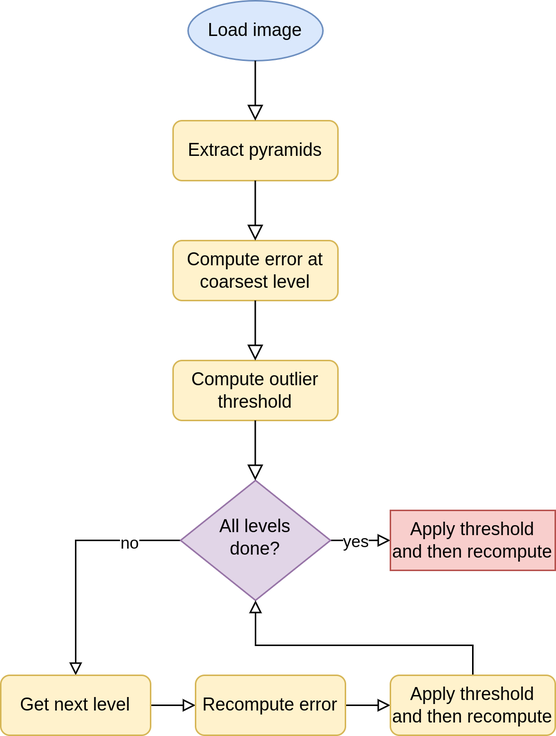
Samaretas/global-motion-estimation keeps this draw.io diagram as docs/assets/images/implementation-flow.png. Above is the earlier version. Source tidied: cells renumbered, new cells last; positions are measured from the earlier drawing's top-left corner, leaving out a move shared by most shapes.
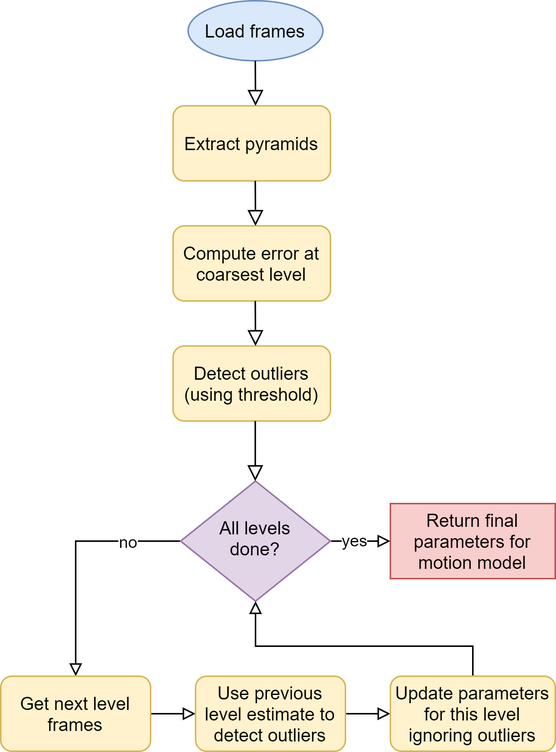
Above is the later version.

Diff of the diagram source:
```diff
@@ -2,23 +2,22 @@
   <root>
     <mxCell id="0" />
     <mxCell id="1" parent="0" />
-    <mxCell id="2" value="Load image" style="ellipse;whiteSpace=wrap;html=1;fillColor=#dae8fc;strokeColor=#6c8ebf;" parent="1" vertex="1">
+    <mxCell id="2" value="Load frames" style="ellipse;whiteSpace=wrap;html=1;fillColor=#dae8fc;strokeColor=#6c8ebf;" parent="1" vertex="1">
       <mxGeometry x="125" width="90" height="40" as="geometry" />
     </mxCell>
     <mxCell id="3" value="Extract pyramids" style="rounded=1;whiteSpace=wrap;html=1;fontSize=12;glass=0;strokeWidth=1;shadow=0;fillColor=#fff2cc;strokeColor=#d6b656;" parent="1" vertex="1">
-      <mxGeometry x="115" y="80" width="110" height="40" as="geometry" />
+      <mxGeometry x="115" y="70" width="105" height="50" as="geometry" />
     </mxCell>
-    <mxCell id="4" style="rounded=0;html=1;jettySize=auto;orthogonalLoop=1;fontSize=11;endArrow=block;endFill=0;endSize=8;strokeWidth=1;shadow=0;labelBackgroundColor=none;edgeStyle=orthogonalEdgeStyle;exitX=0.5;exitY=1;exitDx=0;exitDy=0;" parent="1" edge="1">
+    <mxCell id="4" style="rounded=0;html=1;jettySize=auto;fontSize=11;endArrow=block;endFill=0;endSize=8;strokeWidth=1;shadow=0;labelBackgroundColor=none;edgeStyle=orthogonalEdgeStyle;exitX=0.5;exitY=1;exitDx=0;exitDy=0;entryX=0.524;entryY=0;entryDx=0;entryDy=0;entryPerimeter=0;" parent="1" edge="1" target="3">
       <mxGeometry relative="1" as="geometry">
         <mxPoint x="169.8" y="40" as="sourcePoint" />
-        <mxPoint x="169.8" y="80" as="targetPoint" />
       </mxGeometry>
     </mxCell>
     <mxCell id="5" value="Compute error at coarsest level" style="rounded=1;whiteSpace=wrap;html=1;fontSize=12;glass=0;strokeWidth=1;shadow=0;fillColor=#fff2cc;strokeColor=#d6b656;" parent="1" vertex="1">
-      <mxGeometry x="115" y="160" width="110" height="40" as="geometry" />
+      <mxGeometry x="115" y="150" width="105" height="50" as="geometry" />
     </mxCell>
-    <mxCell id="6" value="Compute outlier threshold" style="rounded=1;whiteSpace=wrap;html=1;fontSize=12;glass=0;strokeWidth=1;shadow=0;fillColor=#fff2cc;strokeColor=#d6b656;" parent="1" vertex="1">
-      <mxGeometry x="115" y="240" width="110" height="40" as="geometry" />
+    <mxCell id="6" value="Detect outliers (using threshold)" style="rounded=1;whiteSpace=wrap;html=1;fontSize=12;glass=0;strokeWidth=1;shadow=0;fillColor=#fff2cc;strokeColor=#d6b656;" parent="1" vertex="1">
+      <mxGeometry x="115" y="230" width="105" height="50" as="geometry" />
     </mxCell>
     <mxCell id="7" style="edgeStyle=orthogonalEdgeStyle;rounded=0;jettySize=auto;html=1;endArrow=block;endFill=0;entryX=0.5;entryY=0;entryDx=0;entryDy=0;" parent="1" edge="1" source="11" target="16">
       <mxGeometry relative="1" as="geometry">
@@ -44,13 +43,13 @@
     <mxCell id="12" style="rounded=0;html=1;jettySize=auto;orthogonalLoop=1;fontSize=11;endArrow=block;endFill=0;endSize=8;strokeWidth=1;shadow=0;labelBackgroundColor=none;edgeStyle=orthogonalEdgeStyle;exitX=0.5;exitY=1;exitDx=0;exitDy=0;" parent="1" edge="1">
       <mxGeometry relative="1" as="geometry">
         <mxPoint x="169.8" y="120" as="sourcePoint" />
-        <mxPoint x="169.8" y="160" as="targetPoint" />
+        <mxPoint x="170" y="150" as="targetPoint" />
       </mxGeometry>
     </mxCell>
     <mxCell id="13" style="rounded=0;html=1;jettySize=auto;orthogonalLoop=1;fontSize=11;endArrow=block;endFill=0;endSize=8;strokeWidth=1;shadow=0;labelBackgroundColor=none;edgeStyle=orthogonalEdgeStyle;exitX=0.5;exitY=1;exitDx=0;exitDy=0;" parent="1" edge="1">
       <mxGeometry relative="1" as="geometry">
         <mxPoint x="169.8" y="200" as="sourcePoint" />
-        <mxPoint x="169.8" y="240" as="targetPoint" />
+        <mxPoint x="170" y="230" as="targetPoint" />
       </mxGeometry>
     </mxCell>
     <mxCell id="14" style="rounded=0;html=1;jettySize=auto;orthogonalLoop=1;fontSize=11;endArrow=block;endFill=0;endSize=8;strokeWidth=1;shadow=0;labelBackgroundColor=none;edgeStyle=orthogonalEdgeStyle;exitX=0.5;exitY=1;exitDx=0;exitDy=0;" parent="1" edge="1">
@@ -59,21 +58,17 @@
         <mxPoint x="169.8" y="320" as="targetPoint" />
       </mxGeometry>
     </mxCell>
-    <mxCell id="15" style="edgeStyle=orthogonalEdgeStyle;rounded=0;jettySize=auto;html=1;endArrow=block;endFill=0;" parent="1" edge="1" source="16">
-      <mxGeometry relative="1" as="geometry">
-        <mxPoint x="130" y="470" as="targetPoint" />
-      </mxGeometry>
+    <mxCell id="15" style="edgeStyle=orthogonalEdgeStyle;rounded=0;jettySize=auto;html=1;endArrow=block;endFill=0;entryX=0;entryY=0.5;entryDx=0;entryDy=0;" parent="1" edge="1" source="16" target="18">
+      <mxGeometry relative="1" as="geometry" />
     </mxCell>
-    <mxCell id="16" value="Get next level" style="rounded=1;whiteSpace=wrap;html=1;fontSize=12;glass=0;strokeWidth=1;shadow=0;fillColor=#fff2cc;strokeColor=#d6b656;" parent="1" vertex="1">
-      <mxGeometry y="450" width="100" height="40" as="geometry" />
+    <mxCell id="16" value="Get next level frames" style="rounded=1;whiteSpace=wrap;html=1;fontSize=12;glass=0;strokeWidth=1;shadow=0;fillColor=#fff2cc;strokeColor=#d6b656;" parent="1" vertex="1">
+      <mxGeometry y="450" width="100" height="50" as="geometry" />
     </mxCell>
-    <mxCell id="17" style="edgeStyle=orthogonalEdgeStyle;rounded=0;jettySize=auto;html=1;endArrow=block;endFill=0;" parent="1" edge="1" source="18">
-      <mxGeometry relative="1" as="geometry">
-        <mxPoint x="260" y="470" as="targetPoint" />
-      </mxGeometry>
+    <mxCell id="17" style="edgeStyle=orthogonalEdgeStyle;rounded=0;jettySize=auto;html=1;endArrow=block;endFill=0;entryX=0;entryY=0.5;entryDx=0;entryDy=0;" parent="1" edge="1" source="18" target="20">
+      <mxGeometry relative="1" as="geometry" />
     </mxCell>
-    <mxCell id="18" value="Recompute error" style="rounded=1;whiteSpace=wrap;html=1;fontSize=12;glass=0;strokeWidth=1;shadow=0;fillColor=#fff2cc;strokeColor=#d6b656;" parent="1" vertex="1">
-      <mxGeometry x="130" y="450" width="100" height="40" as="geometry" />
+    <mxCell id="18" value="Use previous level estimate to detect outliers" style="rounded=1;whiteSpace=wrap;html=1;fontSize=12;glass=0;strokeWidth=1;shadow=0;fillColor=#fff2cc;strokeColor=#d6b656;" parent="1" vertex="1">
+      <mxGeometry x="130" y="450" width="100" height="50" as="geometry" />
     </mxCell>
     <mxCell id="19" style="edgeStyle=orthogonalEdgeStyle;rounded=0;jettySize=auto;html=1;entryX=0.5;entryY=1;entryDx=0;entryDy=0;endArrow=block;endFill=0;" parent="1" edge="1" source="20" target="11">
       <mxGeometry relative="1" as="geometry">
@@ -83,11 +78,11 @@
         </Array>
       </mxGeometry>
     </mxCell>
-    <mxCell id="20" value="Apply threshold&lt;br&gt;and then recompute" style="rounded=1;whiteSpace=wrap;html=1;fontSize=12;glass=0;strokeWidth=1;shadow=0;fillColor=#fff2cc;strokeColor=#d6b656;" parent="1" vertex="1">
-      <mxGeometry x="260" y="450" width="110" height="40" as="geometry" />
+    <mxCell id="20" value="Update parameters for this level ignoring outliers" style="rounded=1;whiteSpace=wrap;html=1;fontSize=12;glass=0;strokeWidth=1;shadow=0;fillColor=#fff2cc;strokeColor=#d6b656;" parent="1" vertex="1">
+      <mxGeometry x="260" y="450" width="110" height="50" as="geometry" />
     </mxCell>
-    <mxCell id="21" value="Apply threshold&lt;br&gt;and then recompute" style="rounded=0;whiteSpace=wrap;html=1;fontSize=12;glass=0;strokeWidth=1;shadow=0;fillColor=#f8cecc;strokeColor=#b85450;" parent="1" vertex="1">
-      <mxGeometry x="260" y="340" width="110" height="40" as="geometry" />
+    <mxCell id="21" value="Return final parameters for motion model" style="rounded=0;whiteSpace=wrap;html=1;fontSize=12;glass=0;strokeWidth=1;shadow=0;fillColor=#f8cecc;strokeColor=#b85450;" parent="1" vertex="1">
+      <mxGeometry x="260" y="335" width="110" height="50" as="geometry" />
     </mxCell>
   </root>
 </mxGraphModel>
```
